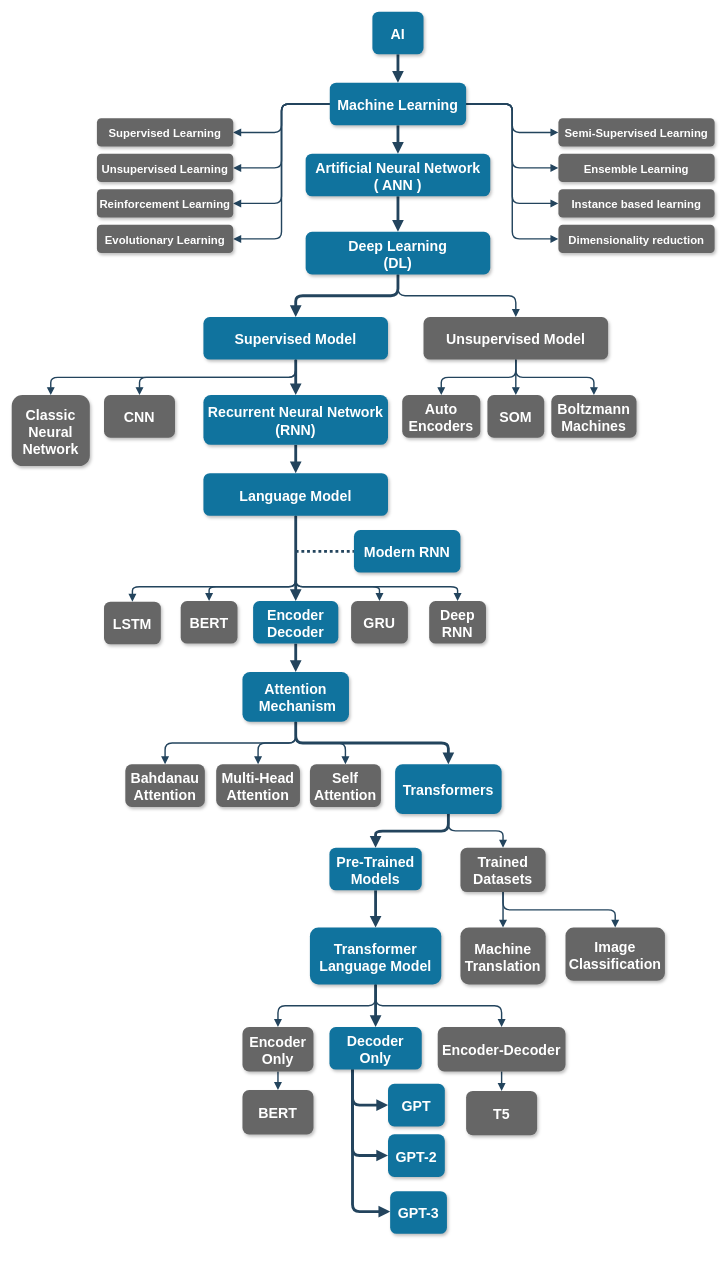
This is AI.drawio from kairamilanifitria/AIContentGenerator, a draw.io file, before an edit. Source tidied: cells renumbered, new cells numbered last; positions are measured from the earlier drawing's top-left corner, leaving out a move shared by most shapes. Both pictures are drawn from the tidied source at 71%, with x=0, y=0 at pixel (11, 11).
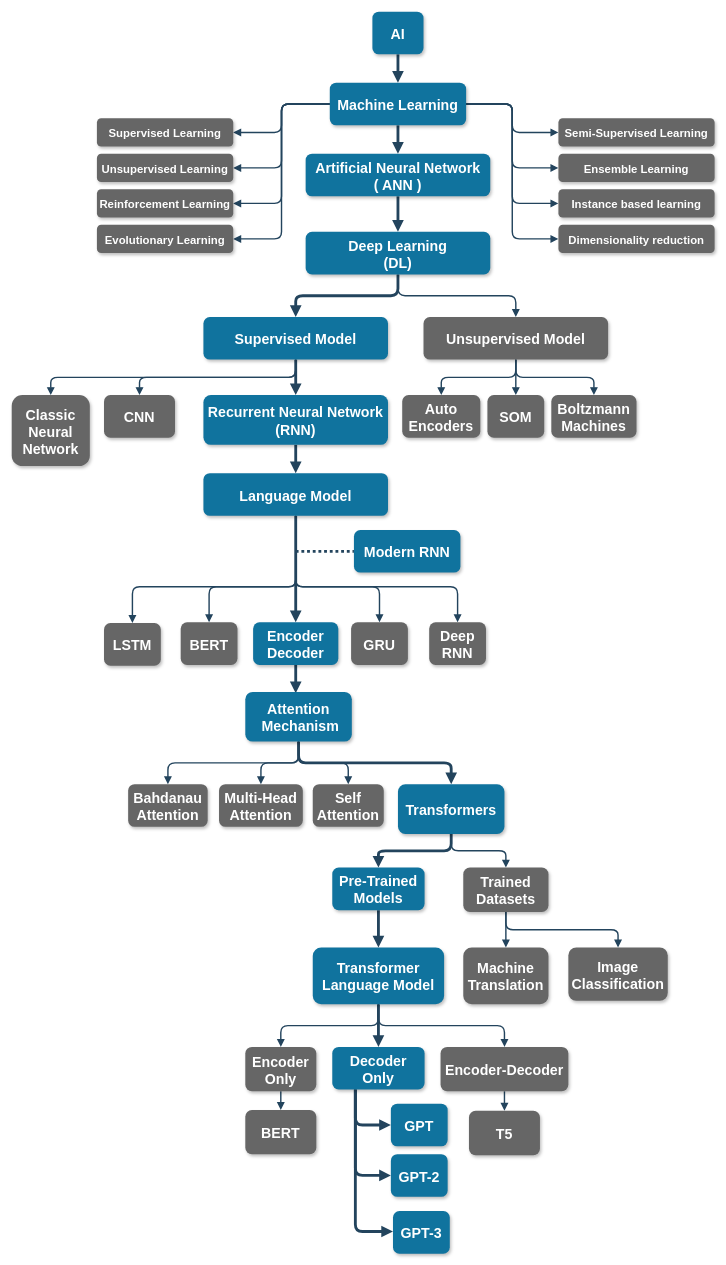
The same diagram, later.

Diff of the diagram source:
```diff
@@
     <mxCell id="49" value="LSTM" style="rounded=1;fillColor=#666666;strokeColor=none;shadow=1;gradientColor=none;fontStyle=1;fontColor=#FFFFFF;fontSize=20;" parent="1" vertex="1">
-      <mxGeometry x="130" y="831" width="80" height="60" as="geometry" />
+      <mxGeometry x="130" y="861" width="80" height="60" as="geometry" />
     </mxCell>
-    <mxCell id="50" style="edgeStyle=elbowEdgeStyle;elbow=vertical;strokeWidth=4;endArrow=block;endFill=1;fontStyle=1;strokeColor=#23445D;entryX=0.5;entryY=0;entryDx=0;entryDy=0;" parent="1" edge="1" source="51" target="60">
-      <mxGeometry relative="1" as="geometry" />
+    <mxCell id="50" style="edgeStyle=elbowEdgeStyle;elbow=vertical;strokeWidth=4;endArrow=block;endFill=1;fontStyle=1;strokeColor=#23445D;entryX=0.5;entryY=0;entryDx=0;entryDy=0;" parent="1" edge="1" source="51">
+      <mxGeometry relative="1" as="geometry">
+        <mxPoint x="400" y="960" as="targetPoint" />
+      </mxGeometry>
     </mxCell>
     <mxCell id="51" value="Encoder &#10;Decoder" style="rounded=1;fillColor=#10739E;strokeColor=none;shadow=1;gradientColor=none;fontStyle=1;fontColor=#FFFFFF;fontSize=20;" parent="1" vertex="1">
-      <mxGeometry x="340" y="830" width="120" height="60" as="geometry" />
+      <mxGeometry x="340" y="860" width="120" height="60" as="geometry" />
     </mxCell>
     <mxCell id="52" value="BERT" style="rounded=1;fillColor=#666666;strokeColor=none;shadow=1;gradientColor=none;fontStyle=1;fontColor=#FFFFFF;fontSize=20;" parent="1" vertex="1">
-      <mxGeometry x="238" y="830" width="80" height="60" as="geometry" />
+      <mxGeometry x="238" y="860" width="80" height="60" as="geometry" />
     </mxCell>
     <mxCell id="53" value="GRU" style="rounded=1;fillColor=#666666;strokeColor=none;shadow=1;gradientColor=none;fontStyle=1;fontColor=#FFFFFF;fontSize=20;" parent="1" vertex="1">
-      <mxGeometry x="478" y="830" width="80" height="60" as="geometry" />
+      <mxGeometry x="478" y="860" width="80" height="60" as="geometry" />
     </mxCell>
     <mxCell id="54" value="Deep &#10;RNN" style="rounded=1;fillColor=#666666;strokeColor=none;shadow=1;gradientColor=none;fontStyle=1;fontColor=#FFFFFF;fontSize=20;" parent="1" vertex="1">
-      <mxGeometry x="588" y="830" width="80" height="60" as="geometry" />
+      <mxGeometry x="588" y="860" width="80" height="60" as="geometry" />
     </mxCell>
@@
     <mxCell id="60" value="Attention&#10; Mechanism" style="rounded=1;fillColor=#10739E;strokeColor=none;shadow=1;gradientColor=none;fontStyle=1;fontColor=#FFFFFF;fontSize=20;" parent="1" vertex="1">
-      <mxGeometry x="325" y="930" width="150" height="70" as="geometry" />
+      <mxGeometry x="329" y="958" width="150" height="70" as="geometry" />
     </mxCell>
@@
     <mxCell id="63" value="Transformers" style="rounded=1;fillColor=#10739E;strokeColor=none;shadow=1;gradientColor=none;fontStyle=1;fontColor=#FFFFFF;fontSize=20;" parent="1" vertex="1">
-      <mxGeometry x="540" y="1060" width="150" height="70" as="geometry" />
+      <mxGeometry x="544" y="1088" width="150" height="70" as="geometry" />
     </mxCell>
     <mxCell id="64" value="Bahdanau &#10;Attention" style="rounded=1;fillColor=#666666;strokeColor=none;shadow=1;gradientColor=none;fontStyle=1;fontColor=#FFFFFF;fontSize=20;" parent="1" vertex="1">
-      <mxGeometry x="160" y="1060" width="112" height="60" as="geometry" />
+      <mxGeometry x="164" y="1088" width="112" height="60" as="geometry" />
     </mxCell>
     <mxCell id="65" value="Multi-Head &#10;Attention" style="rounded=1;fillColor=#666666;strokeColor=none;shadow=1;gradientColor=none;fontStyle=1;fontColor=#FFFFFF;fontSize=20;" parent="1" vertex="1">
-      <mxGeometry x="288" y="1060" width="118" height="60" as="geometry" />
+      <mxGeometry x="292" y="1088" width="118" height="60" as="geometry" />
     </mxCell>
     <mxCell id="66" value="Self&#10;Attention" style="rounded=1;fillColor=#666666;strokeColor=none;shadow=1;gradientColor=none;fontStyle=1;fontColor=#FFFFFF;fontSize=20;" parent="1" vertex="1">
-      <mxGeometry x="420" y="1060" width="100" height="60" as="geometry" />
+      <mxGeometry x="424" y="1088" width="100" height="60" as="geometry" />
     </mxCell>
@@
     <mxCell id="70" value="Transformer&#10;Language Model" style="rounded=1;fillColor=#10739E;strokeColor=none;shadow=1;gradientColor=none;fontStyle=1;fontColor=#FFFFFF;fontSize=20;" parent="1" vertex="1">
-      <mxGeometry x="420" y="1290" width="185" height="80" as="geometry" />
+      <mxGeometry x="424" y="1318" width="185" height="80" as="geometry" />
     </mxCell>
     <mxCell id="71" value="Machine &#10;Translation" style="rounded=1;fillColor=#666666;strokeColor=none;shadow=1;gradientColor=none;fontStyle=1;fontColor=#FFFFFF;fontSize=20;" parent="1" vertex="1">
-      <mxGeometry x="632" y="1290" width="120" height="80" as="geometry" />
+      <mxGeometry x="636" y="1318" width="120" height="80" as="geometry" />
     </mxCell>
     <mxCell id="72" value="Image &#10;Classification" style="rounded=1;fillColor=#666666;strokeColor=none;shadow=1;gradientColor=none;fontStyle=1;fontColor=#FFFFFF;fontSize=20;" parent="1" vertex="1">
-      <mxGeometry x="780" y="1290" width="140" height="75" as="geometry" />
+      <mxGeometry x="784" y="1318" width="140" height="75" as="geometry" />
     </mxCell>
@@
     <mxCell id="74" value="Pre-Trained &#10;Models" style="rounded=1;fillColor=#10739E;strokeColor=none;shadow=1;gradientColor=none;fontStyle=1;fontColor=#FFFFFF;fontSize=20;" parent="1" vertex="1">
-      <mxGeometry x="447.5" y="1177.5" width="130" height="60" as="geometry" />
+      <mxGeometry x="451.5" y="1205.5" width="130" height="60" as="geometry" />
     </mxCell>
@@
     <mxCell id="77" value="Trained &#10;Datasets" style="rounded=1;fillColor=#666666;strokeColor=none;shadow=1;gradientColor=none;fontStyle=1;fontColor=#FFFFFF;fontSize=20;" parent="1" vertex="1">
-      <mxGeometry x="632" y="1177.5" width="120" height="62.5" as="geometry" />
+      <mxGeometry x="636" y="1205.5" width="120" height="62.5" as="geometry" />
     </mxCell>
     <mxCell id="78" style="edgeStyle=elbowEdgeStyle;elbow=vertical;strokeWidth=4;endArrow=block;endFill=1;fontStyle=1;strokeColor=#23445D;exitX=0.25;exitY=1;exitDx=0;exitDy=0;" parent="1" edge="1" source="81" target="90">
       <mxGeometry relative="1" as="geometry">
         <Array as="points">
-          <mxPoint x="520" y="1690" />
+          <mxPoint x="524" y="1718" />
         </Array>
       </mxGeometry>
     </mxCell>
     <mxCell id="79" style="edgeStyle=elbowEdgeStyle;elbow=vertical;strokeWidth=4;endArrow=block;endFill=1;fontStyle=1;strokeColor=#23445D;entryX=0;entryY=0.5;entryDx=0;entryDy=0;exitX=0.25;exitY=1;exitDx=0;exitDy=0;" parent="1" edge="1" source="81" target="89">
       <mxGeometry relative="1" as="geometry">
         <Array as="points">
-          <mxPoint x="490" y="1611" />
+          <mxPoint x="494" y="1639" />
         </Array>
       </mxGeometry>
     </mxCell>
     <mxCell id="80" style="edgeStyle=elbowEdgeStyle;elbow=vertical;strokeWidth=4;endArrow=block;endFill=1;fontStyle=1;strokeColor=#23445D;entryX=0;entryY=0.5;entryDx=0;entryDy=0;exitX=0.25;exitY=1;exitDx=0;exitDy=0;" parent="1" edge="1" source="81" target="88">
       <mxGeometry relative="1" as="geometry">
         <Array as="points">
-          <mxPoint x="500" y="1540" />
+          <mxPoint x="504" y="1568" />
         </Array>
       </mxGeometry>
     </mxCell>
     <mxCell id="81" value="Decoder &#10;Only" style="rounded=1;fillColor=#10739E;strokeColor=none;shadow=1;gradientColor=none;fontStyle=1;fontColor=#FFFFFF;fontSize=20;" parent="1" vertex="1">
-      <mxGeometry x="447.5" y="1430" width="130" height="60" as="geometry" />
+      <mxGeometry x="451.5" y="1458" width="130" height="60" as="geometry" />
     </mxCell>
@@
     <mxCell id="83" value="Encoder-Decoder" style="rounded=1;fillColor=#666666;strokeColor=none;shadow=1;gradientColor=none;fontStyle=1;fontColor=#FFFFFF;fontSize=20;" parent="1" vertex="1">
-      <mxGeometry x="600" y="1430" width="180" height="62.5" as="geometry" />
+      <mxGeometry x="604" y="1458" width="180" height="62.5" as="geometry" />
     </mxCell>
@@
     <mxCell id="85" value="Encoder &#10;Only" style="rounded=1;fillColor=#666666;strokeColor=none;shadow=1;gradientColor=none;fontStyle=1;fontColor=#FFFFFF;fontSize=20;" parent="1" vertex="1">
-      <mxGeometry x="325" y="1430" width="100" height="62.5" as="geometry" />
+      <mxGeometry x="329" y="1458" width="100" height="62.5" as="geometry" />
     </mxCell>
     <mxCell id="86" value="BERT" style="rounded=1;fillColor=#666666;strokeColor=none;shadow=1;gradientColor=none;fontStyle=1;fontColor=#FFFFFF;fontSize=20;" parent="1" vertex="1">
-      <mxGeometry x="325" y="1518.8" width="100" height="62.5" as="geometry" />
+      <mxGeometry x="329" y="1546.8" width="100" height="62.5" as="geometry" />
     </mxCell>
     <mxCell id="87" value="T5" style="rounded=1;fillColor=#666666;strokeColor=none;shadow=1;gradientColor=none;fontStyle=1;fontColor=#FFFFFF;fontSize=20;" parent="1" vertex="1">
-      <mxGeometry x="640" y="1520" width="100" height="62.5" as="geometry" />
+      <mxGeometry x="644" y="1548" width="100" height="62.5" as="geometry" />
     </mxCell>
     <mxCell id="88" value="GPT" style="rounded=1;fillColor=#10739E;strokeColor=none;shadow=1;gradientColor=none;fontStyle=1;fontColor=#FFFFFF;fontSize=20;" parent="1" vertex="1">
-      <mxGeometry x="530" y="1510" width="80" height="60" as="geometry" />
+      <mxGeometry x="534" y="1538" width="80" height="60" as="geometry" />
     </mxCell>
     <mxCell id="89" value="GPT-2" style="rounded=1;fillColor=#10739E;strokeColor=none;shadow=1;gradientColor=none;fontStyle=1;fontColor=#FFFFFF;fontSize=20;" parent="1" vertex="1">
-      <mxGeometry x="530" y="1581.2" width="80" height="60" as="geometry" />
+      <mxGeometry x="534" y="1609.2" width="80" height="60" as="geometry" />
     </mxCell>
     <mxCell id="90" value="GPT-3" style="rounded=1;fillColor=#10739E;strokeColor=none;shadow=1;gradientColor=none;fontStyle=1;fontColor=#FFFFFF;fontSize=20;" parent="1" vertex="1">
-      <mxGeometry x="533" y="1661.2" width="80" height="60" as="geometry" />
+      <mxGeometry x="537" y="1689.2" width="80" height="60" as="geometry" />
     </mxCell>
```
